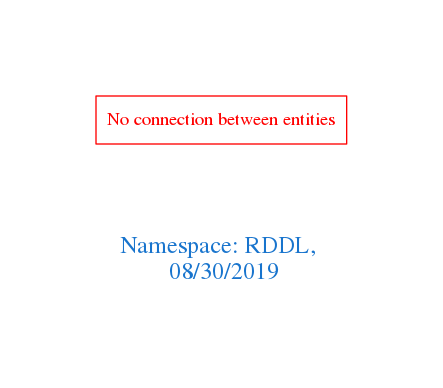
Earlier version of the Graphviz export downloads/RDDL.png (arago/OGIT). Its source is kept beside it as downloads/RDDL.dot.
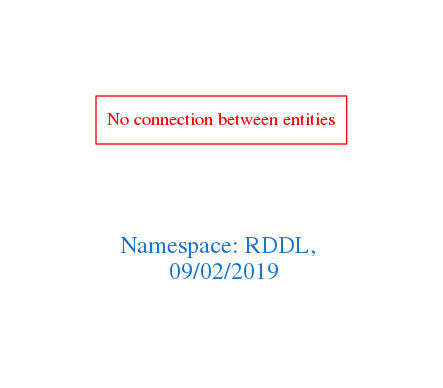
The same file after the commit.

Diff of the diagram source:
```diff
@@ -1,7 +1,7 @@
 digraph OGIT_ontology {
  graph [ rankdir= LR,pad=1
 fontsize = 18,
-fontcolor= dodgerblue3,label = "\n\n\nNamespace: RDDL, \n 08/30/2019"];
+fontcolor= dodgerblue3,label = "\n\n\nNamespace: RDDL, \n 09/02/2019"];
 node[shape=polygon];
 edge [  color="gray81"];
 
```
